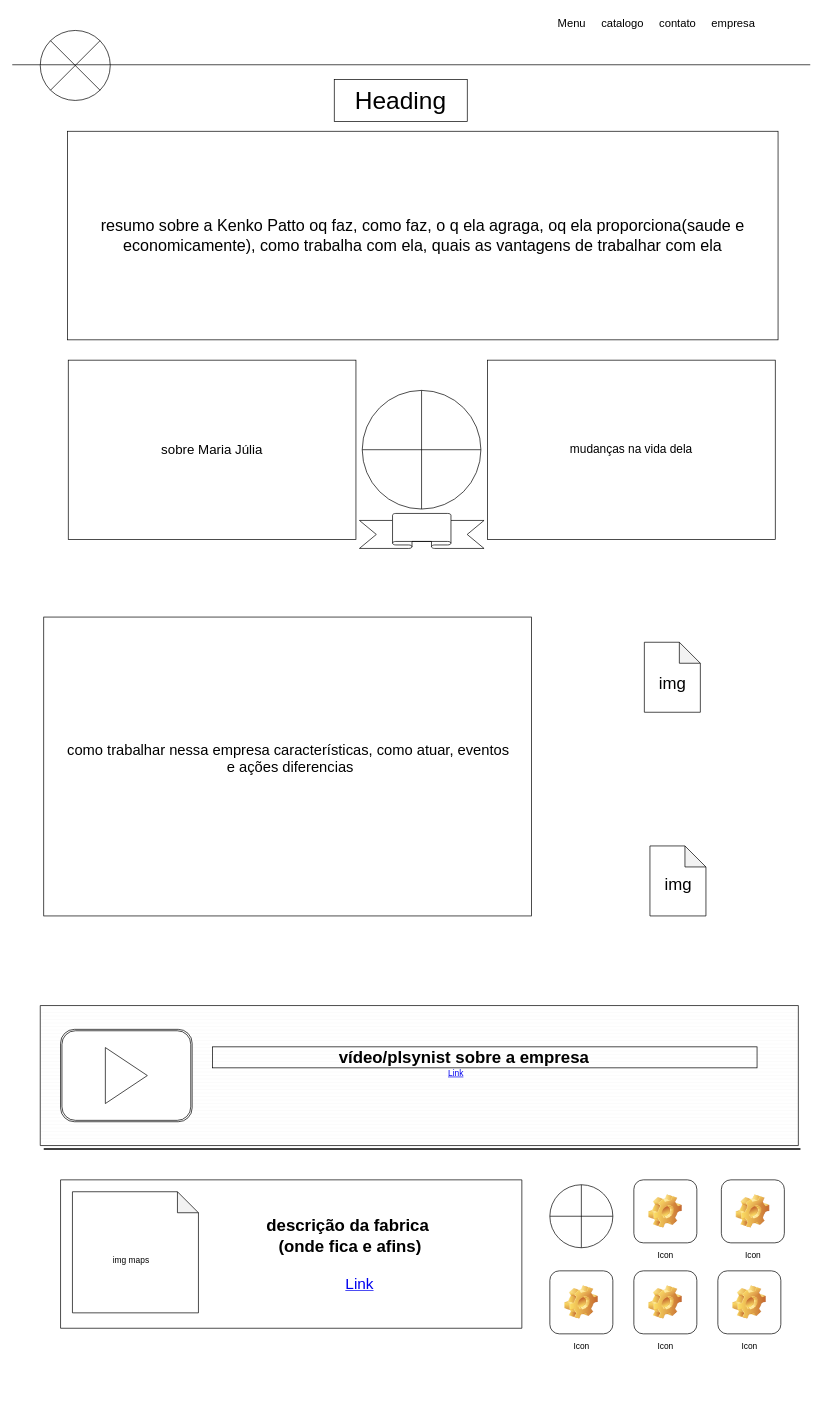
Above: page "Página-1" (1 of 2) of Diagrama sem nome.drawio in josezito69/html5css3 (draw.io), before the change. Source tidied: cells renumbered, new cells numbered last; positions are measured from the earlier drawing's top-left corner, leaving out a move shared by most shapes. Both pictures are drawn from the tidied source at 70%, with x=0, y=0 at pixel (12, 12).
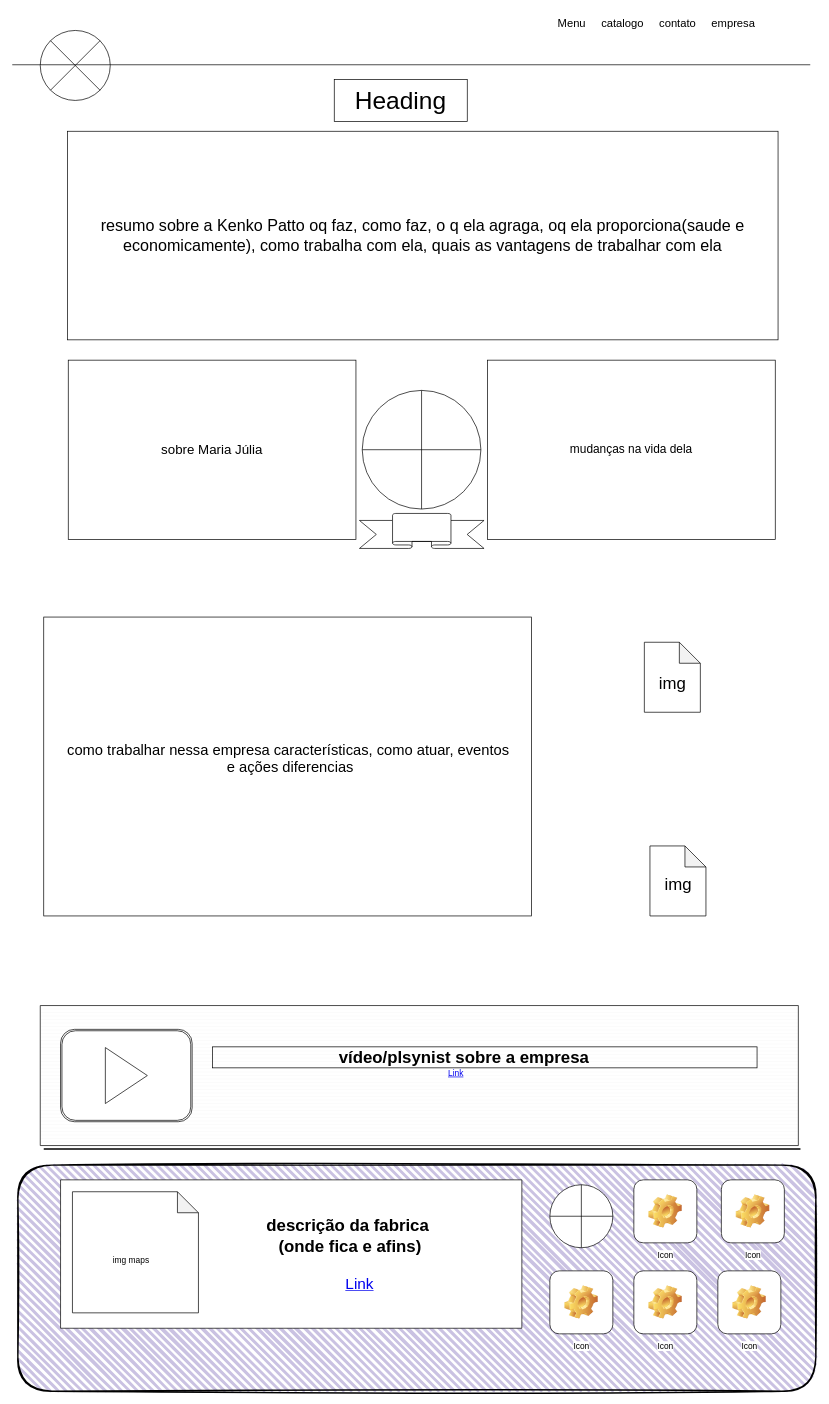
After the change.

What changed in the source:
```diff
@@
+    <mxCell id="34" style="rounded=1;whiteSpace=wrap;html=1;strokeWidth=2;fillWeight=4;hachureGap=8;hachureAngle=45;fillColor=#CAC2E2;sketch=1;" parent="1" vertex="1">
+      <mxGeometry x="8" y="1647" width="1140" height="323" as="geometry" />
+    </mxCell>
```
